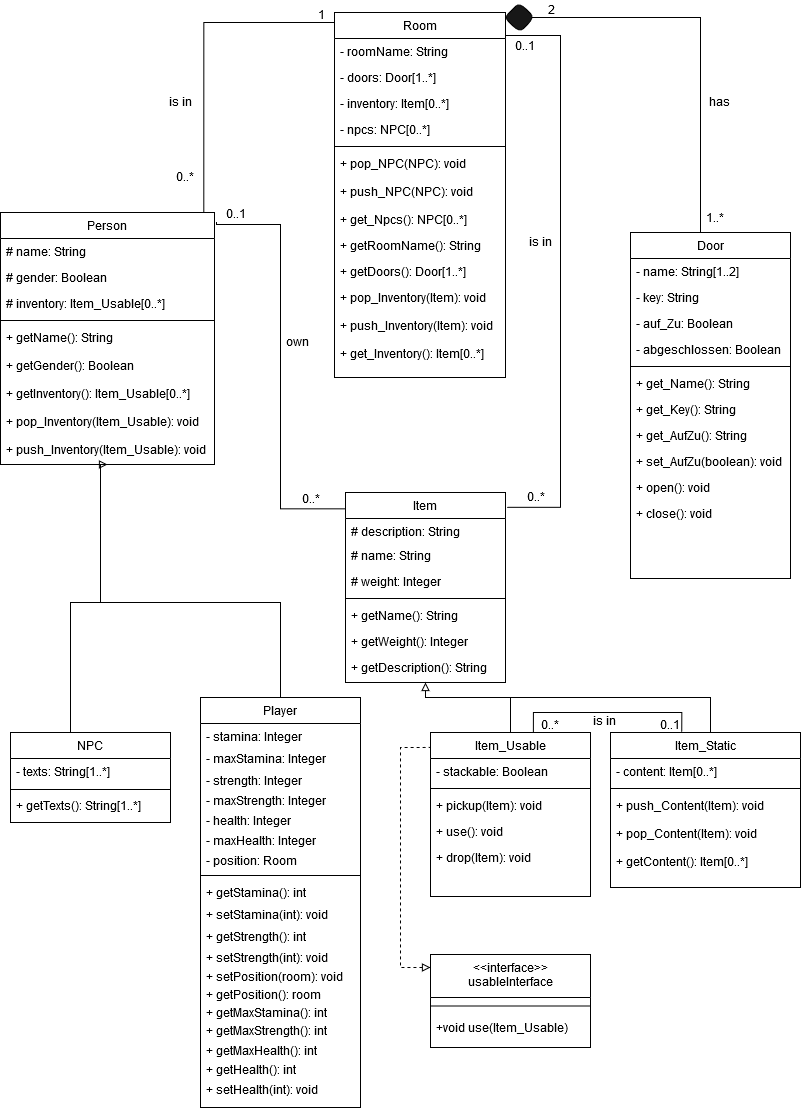
This is Klassendiagram.png from Elegond/AE-Text-Adventure, a draw.io export, as it was before one commit. Source tidied: cells renumbered, new cells last; positions are measured from the earlier drawing's top-left corner, leaving out a move shared by most shapes.
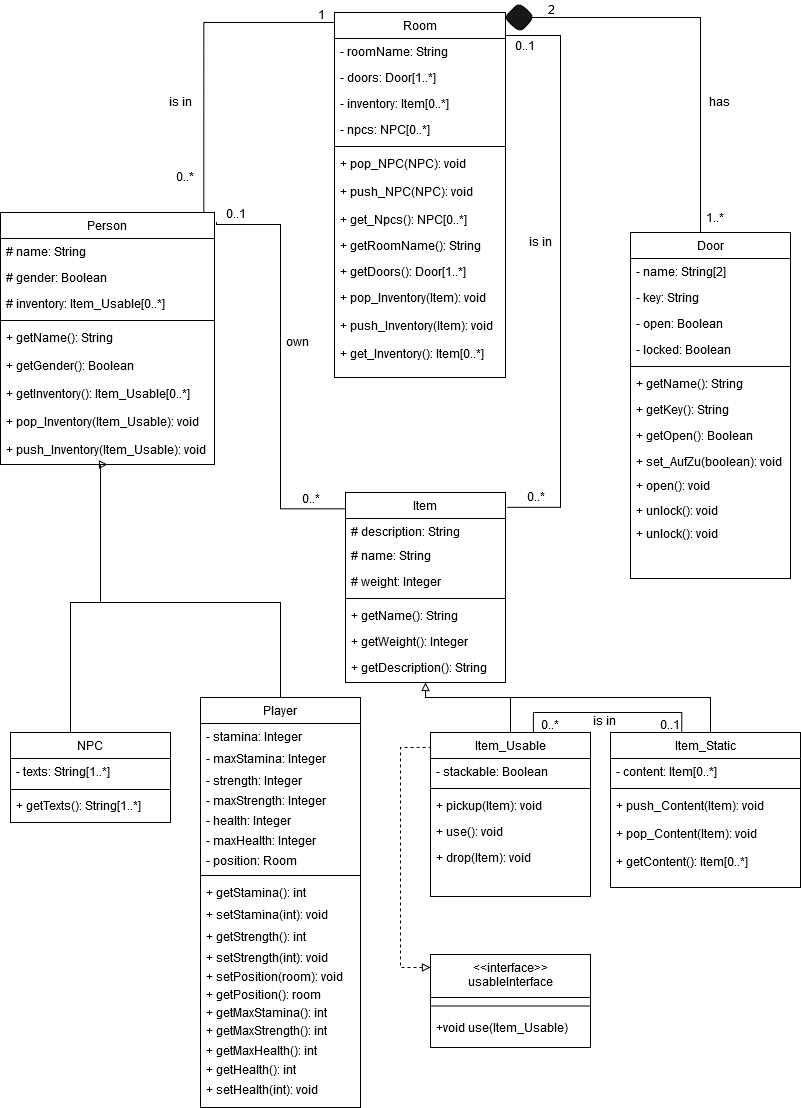
Later version of the same file.

Diff of the diagram source:
```diff
@@ -187,38 +187,38 @@
     <mxCell id="52" value="Door" style="swimlane;fontStyle=0;align=center;verticalAlign=top;horizontal=1;startSize=26;rounded=0;shadow=0;strokeWidth=1;" parent="1" vertex="1">
       <mxGeometry x="630" y="232" width="160" height="346" as="geometry" />
     </mxCell>
-    <mxCell id="53" value="- name: String[1..2]" style="text;align=left;verticalAlign=top;spacingLeft=4;spacingRight=4;overflow=hidden;" parent="52" vertex="1">
+    <mxCell id="53" value="- name: String[2]" style="text;align=left;verticalAlign=top;spacingLeft=4;spacingRight=4;overflow=hidden;" parent="52" vertex="1">
       <mxGeometry y="26" width="160" height="26" as="geometry" />
     </mxCell>
     <mxCell id="54" value="- key: String " style="text;align=left;verticalAlign=top;spacingLeft=4;spacingRight=4;overflow=hidden;" parent="52" vertex="1">
       <mxGeometry y="52" width="160" height="26" as="geometry" />
     </mxCell>
-    <mxCell id="55" value="- auf_Zu: Boolean" style="text;align=left;verticalAlign=top;spacingLeft=4;spacingRight=4;overflow=hidden;fontStyle=0;" parent="52" vertex="1">
+    <mxCell id="55" value="- open: Boolean" style="text;align=left;verticalAlign=top;spacingLeft=4;spacingRight=4;overflow=hidden;fontStyle=0;" parent="52" vertex="1">
       <mxGeometry y="78" width="160" height="26" as="geometry" />
     </mxCell>
-    <mxCell id="56" value="- abgeschlossen: Boolean" style="text;align=left;verticalAlign=top;spacingLeft=4;spacingRight=4;overflow=hidden;" parent="52" vertex="1">
+    <mxCell id="56" value="- locked: Boolean" style="text;align=left;verticalAlign=top;spacingLeft=4;spacingRight=4;overflow=hidden;" parent="52" vertex="1">
       <mxGeometry y="104" width="160" height="26" as="geometry" />
     </mxCell>
     <mxCell id="57" style="line;html=1;strokeWidth=1;align=left;verticalAlign=middle;spacingTop=-1;spacingLeft=3;spacingRight=3;labelPosition=right;" parent="52" vertex="1">
       <mxGeometry y="130" width="160" height="8" as="geometry" />
     </mxCell>
-    <mxCell id="58" value="+ get_Name(): String" style="text;align=left;verticalAlign=top;spacingLeft=4;spacingRight=4;overflow=hidden;" parent="52" vertex="1">
+    <mxCell id="58" value="+ getName(): String" style="text;align=left;verticalAlign=top;spacingLeft=4;spacingRight=4;overflow=hidden;" parent="52" vertex="1">
       <mxGeometry y="138" width="160" height="26" as="geometry" />
     </mxCell>
-    <mxCell id="59" value="+ get_Key(): String" style="text;align=left;verticalAlign=top;spacingLeft=4;spacingRight=4;overflow=hidden;" parent="52" vertex="1">
+    <mxCell id="59" value="+ getKey(): String" style="text;align=left;verticalAlign=top;spacingLeft=4;spacingRight=4;overflow=hidden;" parent="52" vertex="1">
       <mxGeometry y="164" width="160" height="26" as="geometry" />
     </mxCell>
-    <mxCell id="60" value="+ get_AufZu(): String" style="text;align=left;verticalAlign=top;spacingLeft=4;spacingRight=4;overflow=hidden;" parent="52" vertex="1">
+    <mxCell id="60" value="+ getOpen(): Boolean" style="text;align=left;verticalAlign=top;spacingLeft=4;spacingRight=4;overflow=hidden;" parent="52" vertex="1">
       <mxGeometry y="190" width="160" height="26" as="geometry" />
     </mxCell>
     <mxCell id="61" value="+ set_AufZu(boolean): void" style="text;align=left;verticalAlign=top;spacingLeft=4;spacingRight=4;overflow=hidden;" parent="52" vertex="1">
-      <mxGeometry y="216" width="160" height="26" as="geometry" />
+      <mxGeometry y="216" width="160" height="24" as="geometry" />
     </mxCell>
     <mxCell id="62" value="+ open(): void" style="text;align=left;verticalAlign=top;spacingLeft=4;spacingRight=4;overflow=hidden;" parent="52" vertex="1">
-      <mxGeometry y="242" width="160" height="26" as="geometry" />
+      <mxGeometry y="240" width="160" height="25" as="geometry" />
     </mxCell>
-    <mxCell id="63" value="+ close(): void" style="text;align=left;verticalAlign=top;spacingLeft=4;spacingRight=4;overflow=hidden;" parent="52" vertex="1">
-      <mxGeometry y="268" width="160" height="26" as="geometry" />
+    <mxCell id="63" value="+ unlock(): void" style="text;align=left;verticalAlign=top;spacingLeft=4;spacingRight=4;overflow=hidden;" parent="52" vertex="1">
+      <mxGeometry y="265" width="160" height="32" as="geometry" />
     </mxCell>
     <mxCell id="64" value="0..1" style="text;html=1;strokeColor=none;fillColor=none;align=center;verticalAlign=middle;whiteSpace=wrap;rounded=0;" parent="1" vertex="1">
       <mxGeometry x="505" y="36" width="40" height="17" as="geometry" />
@@ -383,5 +383,8 @@
     <mxCell id="110" value="+ getMaxHealth(): int" style="text;align=left;verticalAlign=top;spacingLeft=4;spacingRight=4;overflow=hidden;" parent="1" vertex="1">
       <mxGeometry x="200" y="1037" width="160" height="27" as="geometry" />
     </mxCell>
+    <mxCell id="111" value="+ unlock(): void" style="text;align=left;verticalAlign=top;spacingLeft=4;spacingRight=4;overflow=hidden;" parent="1" vertex="1">
+      <mxGeometry x="630" y="520" width="160" height="26" as="geometry" />
+    </mxCell>
   </root>
 </mxGraphModel>
```
